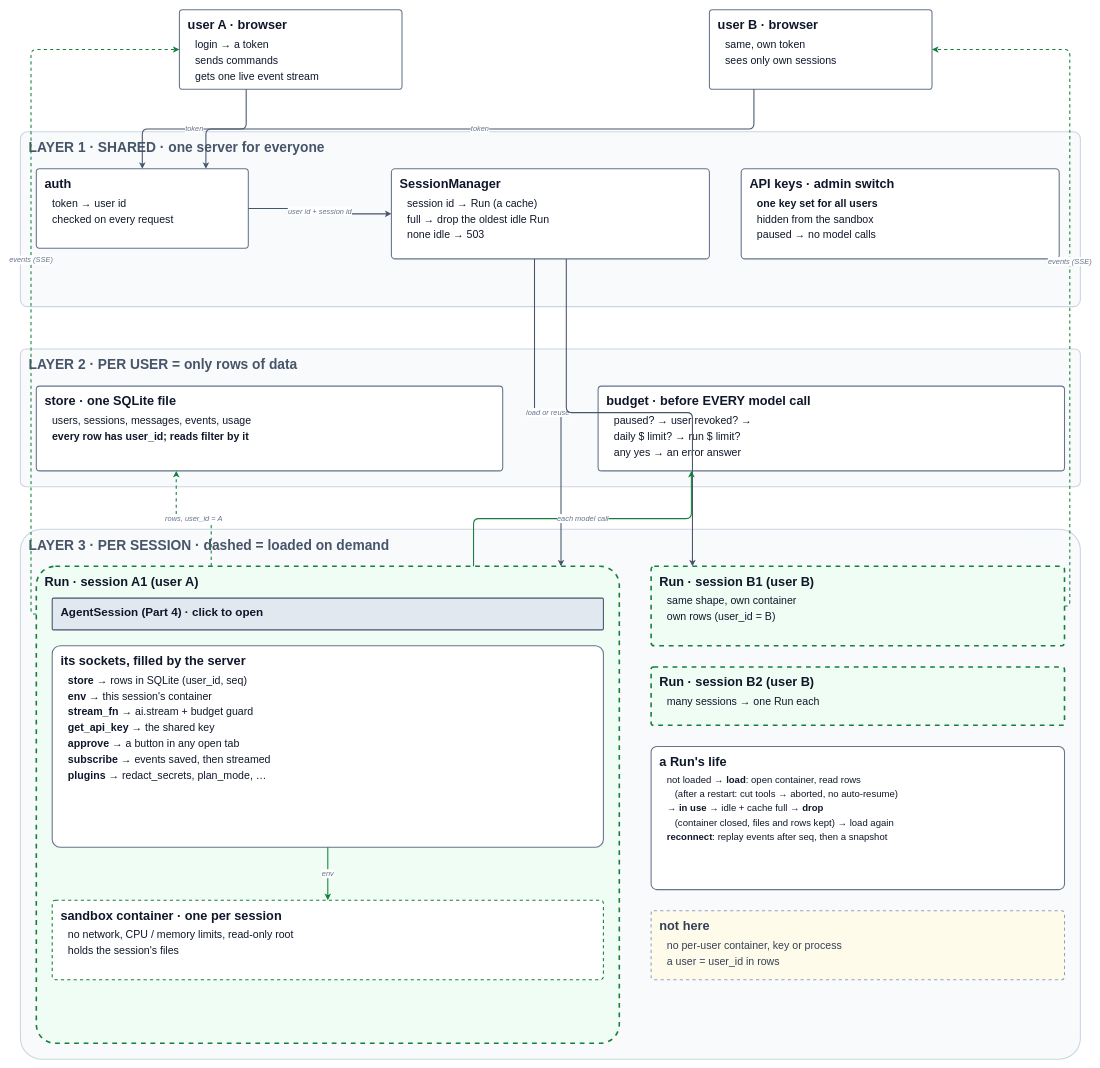
Earlier version of the draw.io diagram page "5 · Server: sessions for many users" (7 of 7) of docs/guidebook/img/architecture.drawio (danhugo/simp-agent). Source tidied: cells renumbered, new cells numbered last; positions are measured from the earlier drawing's top-left corner, leaving out a move shared by most shapes. Both pictures are drawn from the tidied source at 53%, with x=0, y=0 at pixel (20, 10).
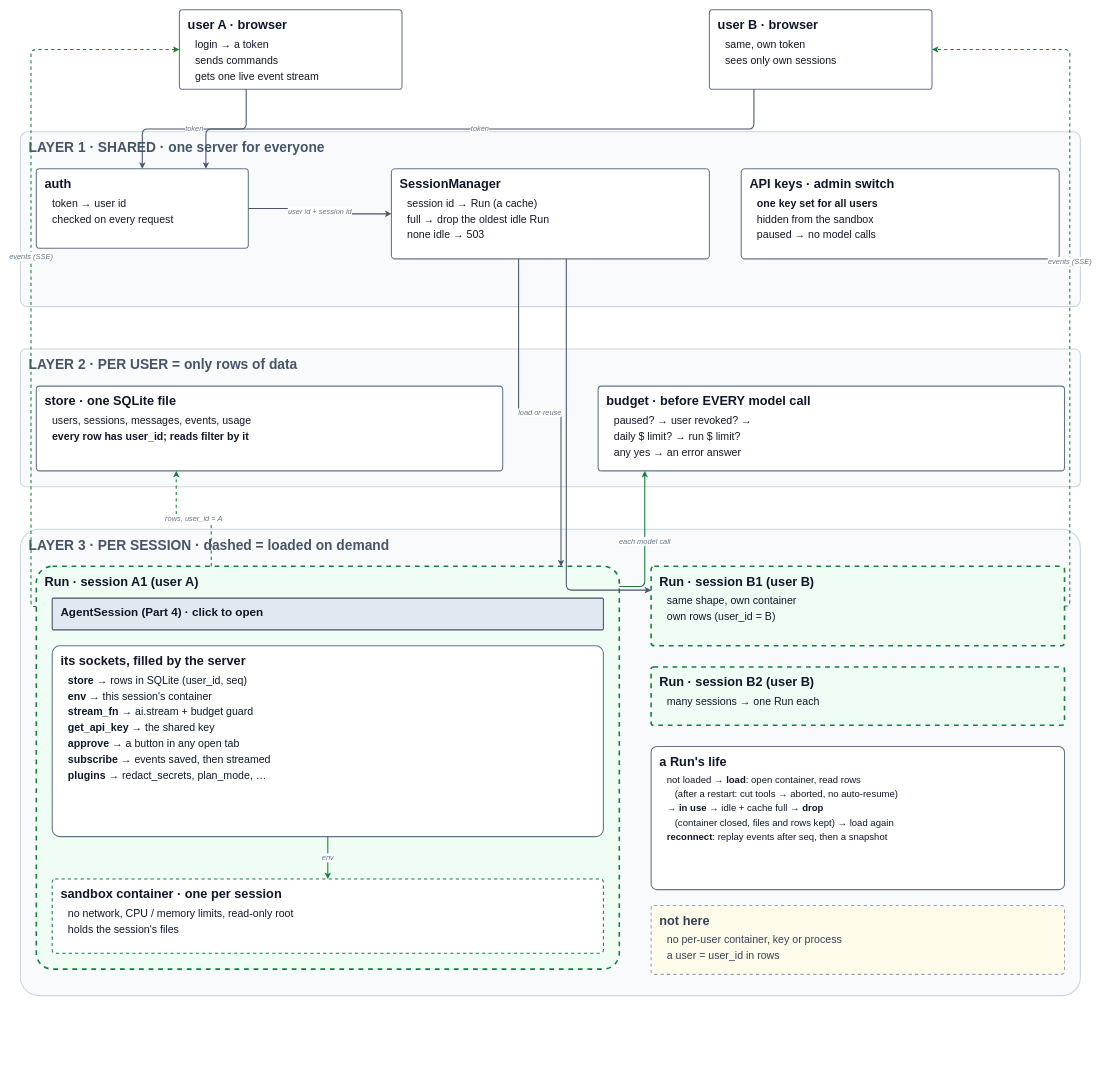
The same page after the edit.

Commit message:
guidebook: page 5 edges no longer cross the budget box, tighter Run A1

The change refers to these unchanged cells:
```xml
<mxCell id="6" value="&lt;b style=&quot;font-size:24px&quot;&gt;SessionManager&lt;/b&gt;&lt;div style=&quot;font-size:20px;line-height:1.5;margin-top:6px;padding-left:14px&quot;&gt;session id → Run (a cache)&lt;br&gt;full → drop the oldest idle Run&lt;br&gt;none idle → 503&lt;/div&gt;" style="whiteSpace=wrap;html=1;align=left;verticalAlign=top;spacingLeft=14;spacingTop=8;rounded=1;arcSize=4;fillColor=#ffffff;strokeColor=#64748b;strokeWidth=2;fontColor=#0f172a;" parent="1" vertex="1">
  <mxGeometry x="700" y="300" width="600" height="170" as="geometry" />
</mxCell>
<mxCell id="10" value="&lt;b style=&quot;font-size:24px&quot;&gt;budget · before EVERY model call&lt;/b&gt;&lt;div style=&quot;font-size:20px;line-height:1.5;margin-top:6px;padding-left:14px&quot;&gt;paused? → user revoked? →&lt;br&gt;daily $ limit? → run $ limit?&lt;br&gt;any yes → an error answer&lt;/div&gt;" style="whiteSpace=wrap;html=1;align=left;verticalAlign=top;spacingLeft=14;spacingTop=8;rounded=1;arcSize=4;fillColor=#ffffff;strokeColor=#64748b;strokeWidth=2;fontColor=#0f172a;" parent="1" vertex="1">
  <mxGeometry x="1090" y="710" width="880" height="160" as="geometry" />
</mxCell>
<mxCell id="16" value="&lt;b style=&quot;font-size:24px&quot;&gt;Run · session B1 (user B)&lt;/b&gt;&lt;div style=&quot;font-size:20px;line-height:1.5;margin-top:6px;padding-left:14px&quot;&gt;same shape, own container&lt;br&gt;own rows (user_id = B)&lt;/div&gt;" style="whiteSpace=wrap;html=1;align=left;verticalAlign=top;spacingLeft=14;spacingTop=8;rounded=1;arcSize=4;fillColor=#f0fdf4;strokeColor=#15803d;strokeWidth=3;dashed=1;fontColor=#0f172a;" parent="1" vertex="1">
  <mxGeometry x="1190" y="1050" width="780" height="150" as="geometry" />
</mxCell>
```

What changed in the source:
```diff
@@
     <mxCell id="11" value="&lt;b style=&quot;font-size:26px&quot;&gt;LAYER 3 · PER SESSION · dashed = loaded on demand&lt;/b&gt;&lt;div style=&quot;font-size:16px;line-height:1.5;margin-top:6px;padding-left:14px&quot;&gt;&lt;/div&gt;" style="whiteSpace=wrap;html=1;align=left;verticalAlign=top;spacingLeft=14;spacingTop=8;rounded=1;arcSize=4;fillColor=#f8fafc;strokeColor=#cbd5e1;strokeWidth=2;fontColor=#475569;" parent="1" vertex="1">
-      <mxGeometry y="980" width="2000" height="1000" as="geometry" />
+      <mxGeometry y="980" width="2000" height="880" as="geometry" />
     </mxCell>
     <mxCell id="12" value="&lt;b style=&quot;font-size:24px&quot;&gt;Run · session A1 (user A)&lt;/b&gt;&lt;div style=&quot;font-size:16px;line-height:1.5;margin-top:6px;padding-left:14px&quot;&gt;&lt;/div&gt;" style="whiteSpace=wrap;html=1;align=left;verticalAlign=top;spacingLeft=14;spacingTop=8;rounded=1;arcSize=4;fillColor=#f0fdf4;strokeColor=#15803d;strokeWidth=3;dashed=1;fontColor=#0f172a;" parent="1" vertex="1">
-      <mxGeometry x="30" y="1050" width="1100" height="900" as="geometry" />
+      <mxGeometry x="30" y="1050" width="1100" height="760" as="geometry" />
     </mxCell>
@@
     <mxCell id="14" value="&lt;b style=&quot;font-size:24px&quot;&gt;its sockets, filled by the server&lt;/b&gt;&lt;div style=&quot;font-size:20px;line-height:1.5;margin-top:6px;padding-left:14px&quot;&gt;&lt;b&gt;store&lt;/b&gt; → rows in SQLite (user_id, seq)&lt;br&gt;&lt;b&gt;env&lt;/b&gt; → this session's container&lt;br&gt;&lt;b&gt;stream_fn&lt;/b&gt; → ai.stream + budget guard&lt;br&gt;&lt;b&gt;get_api_key&lt;/b&gt; → the shared key&lt;br&gt;&lt;b&gt;approve&lt;/b&gt; → a button in any open tab&lt;br&gt;&lt;b&gt;subscribe&lt;/b&gt; → events saved, then streamed&lt;br&gt;&lt;b&gt;plugins&lt;/b&gt; → redact_secrets, plan_mode, …&lt;/div&gt;" style="whiteSpace=wrap;html=1;align=left;verticalAlign=top;spacingLeft=14;spacingTop=8;rounded=1;arcSize=4;fillColor=#ffffff;strokeColor=#64748b;strokeWidth=2;fontColor=#0f172a;" parent="1" vertex="1">
-      <mxGeometry x="60" y="1200" width="1040" height="380" as="geometry" />
+      <mxGeometry x="60" y="1200" width="1040" height="360" as="geometry" />
     </mxCell>
     <mxCell id="15" value="&lt;b style=&quot;font-size:24px&quot;&gt;sandbox container · one per session&lt;/b&gt;&lt;div style=&quot;font-size:20px;line-height:1.5;margin-top:6px;padding-left:14px&quot;&gt;no network, CPU / memory limits, read-only root&lt;br&gt;holds the session's files&lt;/div&gt;" style="whiteSpace=wrap;html=1;align=left;verticalAlign=top;spacingLeft=14;spacingTop=8;rounded=1;arcSize=4;fillColor=#ffffff;strokeColor=#15803d;dashed=1;strokeWidth=2;fontColor=#0f172a;" parent="1" vertex="1">
-      <mxGeometry x="60" y="1680" width="1040" height="150" as="geometry" />
+      <mxGeometry x="60" y="1640" width="1040" height="140" as="geometry" />
     </mxCell>
@@
     <mxCell id="19" value="&lt;b style=&quot;font-size:24px&quot;&gt;not here&lt;/b&gt;&lt;div style=&quot;font-size:20px;line-height:1.5;margin-top:6px;padding-left:14px&quot;&gt;no per-user container, key or process&lt;br&gt;a user = user_id in rows&lt;/div&gt;" style="whiteSpace=wrap;html=1;align=left;verticalAlign=top;spacingLeft=14;spacingTop=8;rounded=1;arcSize=4;fillColor=#fffbeb;strokeColor=#94a3b8;dashed=1;strokeWidth=2;fontColor=#334155;" parent="1" vertex="1">
-      <mxGeometry x="1190" y="1700" width="780" height="130" as="geometry" />
+      <mxGeometry x="1190" y="1690" width="780" height="130" as="geometry" />
     </mxCell>
@@
-    <mxCell id="23" value="load or reuse" style="edgeStyle=orthogonalEdgeStyle;rounded=1;html=1;fontSize=14;fontStyle=2;fontColor=#64748b;labelBackgroundColor=#ffffff;strokeColor=#475569;strokeWidth=2;exitX=0.45;exitY=1;entryX=0.9;entryY=0;" parent="1" edge="1" source="6" target="12">
+    <mxCell id="23" value="load or reuse" style="edgeStyle=orthogonalEdgeStyle;rounded=1;html=1;fontSize=14;fontStyle=2;fontColor=#64748b;labelBackgroundColor=#ffffff;strokeColor=#475569;strokeWidth=2;exitX=0.4;exitY=1;entryX=0.9;entryY=0;" parent="1" edge="1" source="6" target="12">
       <mxGeometry relative="1" as="geometry" />
     </mxCell>
-    <mxCell id="24" style="edgeStyle=orthogonalEdgeStyle;rounded=1;html=1;fontSize=14;fontStyle=2;fontColor=#64748b;labelBackgroundColor=#ffffff;strokeColor=#475569;strokeWidth=2;exitX=0.55;exitY=1;entryX=0.1;entryY=0;" parent="1" edge="1" source="6" target="16">
+    <mxCell id="24" style="edgeStyle=orthogonalEdgeStyle;rounded=1;html=1;fontSize=14;fontStyle=2;fontColor=#64748b;labelBackgroundColor=#ffffff;strokeColor=#475569;strokeWidth=2;exitX=0.55;exitY=1;entryX=0;entryY=0.3;" parent="1" edge="1" source="6" target="16">
       <mxGeometry relative="1" as="geometry" />
     </mxCell>
@@
-    <mxCell id="26" value="each model call" style="edgeStyle=orthogonalEdgeStyle;rounded=1;html=1;fontSize=14;fontStyle=2;fontColor=#64748b;labelBackgroundColor=#ffffff;strokeColor=#15803d;strokeWidth=2;exitX=0.75;exitY=0;entryX=0.2;entryY=1;" parent="1" edge="1" source="12" target="10">
+    <mxCell id="26" value="each model call" style="edgeStyle=orthogonalEdgeStyle;rounded=1;html=1;fontSize=14;fontStyle=2;fontColor=#64748b;labelBackgroundColor=#ffffff;strokeColor=#15803d;strokeWidth=2;exitX=1;exitY=0.05;entryX=0.1;entryY=1;" parent="1" edge="1" source="12" target="10">
       <mxGeometry relative="1" as="geometry" />
     </mxCell>
```
